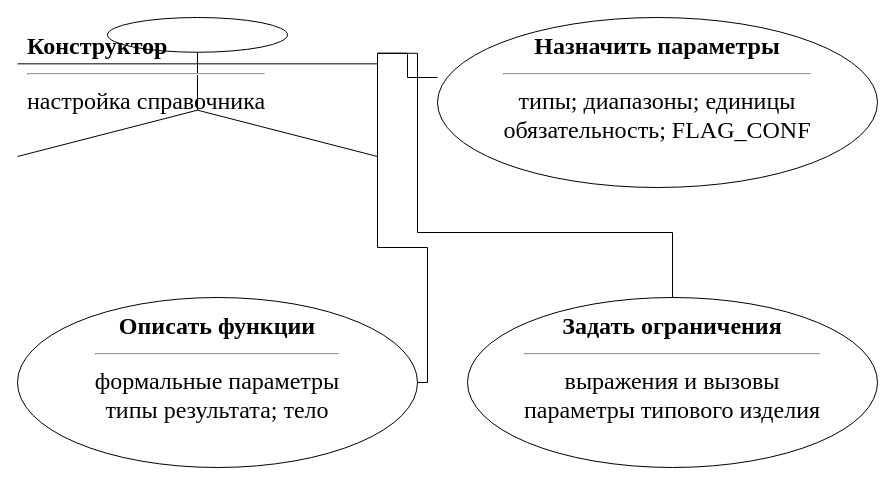
Before: utils/lab7/diagrams/01_usecase_setup.drawio in 10xtheo/mispris-sem7, a draw.io diagram. Source tidied: cells renumbered, new cells numbered last; positions are measured from the earlier drawing's top-left corner, leaving out a move shared by most shapes. Both pictures are drawn from the tidied source at 100%, with x=0, y=0 at pixel (17, 17).
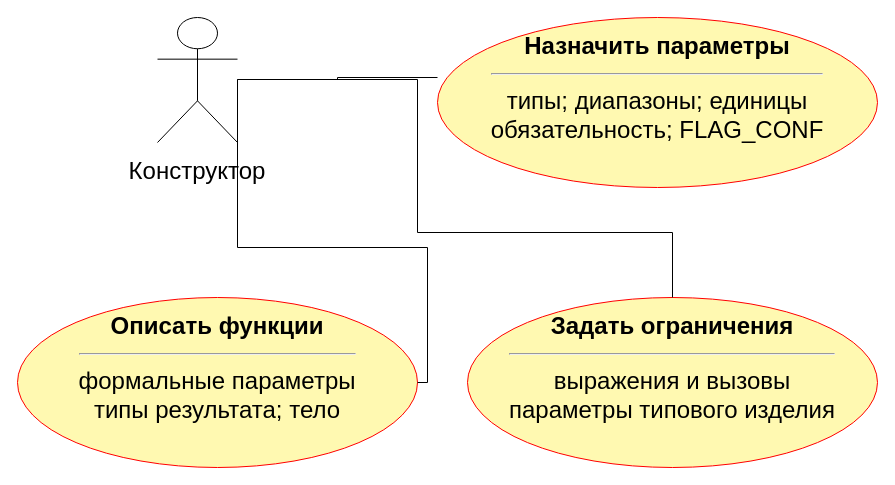
The same page after the edit.

Diff of the diagram source:
```diff
@@
 <mxGraphModel>
   <root>
     <mxCell id="0" />
     <mxCell id="1" parent="0" />
-    <mxCell id="2" value="&lt;b&gt;Конструктор&lt;/b&gt;&lt;hr&gt;настройка справочника" style="rounded=0;whiteSpace=wrap;html=1;align=left;verticalAlign=top;fontFamily=Times New Roman;fontSize=24;spacing=10;fillColor=#ffffff;strokeColor=#000000;shape=umlActor;" parent="1" vertex="1">
-      <mxGeometry width="360" height="139" as="geometry" />
+    <mxCell id="2" value="Конструктор" style="rounded=0;whiteSpace=wrap;html=1;align=center;verticalAlign=top;fontFamily=Arial;fontSize=24;spacing=10;fillColor=#ffffff;strokeColor=#000000;shape=umlActor;verticalLabelPosition=bottom;labelPosition=center;labelWidth=360;" parent="1" vertex="1">
+      <mxGeometry x="140" width="80" height="125" as="geometry" />
     </mxCell>
-    <mxCell id="3" value="&lt;b&gt;Назначить параметры&lt;/b&gt;&lt;hr&gt;типы; диапазоны; единицы&lt;br&gt;обязательность; FLAG_CONF" style="rounded=0;whiteSpace=wrap;html=1;align=left;verticalAlign=top;fontFamily=Times New Roman;fontSize=24;spacing=10;fillColor=#ffffff;strokeColor=#000000;shape=ellipse;align=center;" parent="1" vertex="1">
+    <mxCell id="3" value="&lt;b&gt;Назначить параметры&lt;/b&gt;&lt;hr&gt;типы; диапазоны; единицы&lt;br&gt;обязательность; FLAG_CONF" style="rounded=0;whiteSpace=wrap;html=1;align=center;verticalAlign=top;fontFamily=Arial;fontSize=24;spacing=10;fillColor=#ffffff;strokeColor=#000000;shape=ellipse;align=center;fillColor=#fff9b1;strokeColor=#ff0000;" parent="1" vertex="1">
       <mxGeometry x="420" width="440" height="170" as="geometry" />
     </mxCell>
-    <mxCell id="4" value="&lt;b&gt;Описать функции&lt;/b&gt;&lt;hr&gt;формальные параметры&lt;br&gt;типы результата; тело" style="rounded=0;whiteSpace=wrap;html=1;align=left;verticalAlign=top;fontFamily=Times New Roman;fontSize=24;spacing=10;fillColor=#ffffff;strokeColor=#000000;shape=ellipse;align=center;" parent="1" vertex="1">
+    <mxCell id="4" value="&lt;b&gt;Описать функции&lt;/b&gt;&lt;hr&gt;формальные параметры&lt;br&gt;типы результата; тело" style="rounded=0;whiteSpace=wrap;html=1;align=center;verticalAlign=top;fontFamily=Arial;fontSize=24;spacing=10;fillColor=#ffffff;strokeColor=#000000;shape=ellipse;align=center;fillColor=#fff9b1;strokeColor=#ff0000;" parent="1" vertex="1">
       <mxGeometry y="280" width="400" height="170" as="geometry" />
     </mxCell>
-    <mxCell id="5" value="&lt;b&gt;Задать ограничения&lt;/b&gt;&lt;hr&gt;выражения и вызовы&lt;br&gt;параметры типового изделия" style="rounded=0;whiteSpace=wrap;html=1;align=left;verticalAlign=top;fontFamily=Times New Roman;fontSize=24;spacing=10;fillColor=#ffffff;strokeColor=#000000;shape=ellipse;align=center;" parent="1" vertex="1">
+    <mxCell id="5" value="&lt;b&gt;Задать ограничения&lt;/b&gt;&lt;hr&gt;выражения и вызовы&lt;br&gt;параметры типового изделия" style="rounded=0;whiteSpace=wrap;html=1;align=center;verticalAlign=top;fontFamily=Arial;fontSize=24;spacing=10;fillColor=#ffffff;strokeColor=#000000;shape=ellipse;align=center;fillColor=#fff9b1;strokeColor=#ff0000;" parent="1" vertex="1">
       <mxGeometry x="450" y="280" width="410" height="170" as="geometry" />
     </mxCell>
-    <mxCell id="6" style="edgeStyle=orthogonalEdgeStyle;rounded=0;html=1;endArrow=open;fontFamily=Times New Roman;fontSize=24;labelBackgroundColor=#ffffff;exitX=0.6111111111111112;exitY=0.4460431654676259;entryX=0.020317249214364674;entryY=0.3589168380042249;endArrow=none;" parent="1" edge="1" source="2" target="3">
+    <mxCell id="6" style="edgeStyle=orthogonalEdgeStyle;rounded=0;html=1;endArrow=open;fontFamily=Arial;fontSize=24;labelBackgroundColor=#ffffff;exitX=1.0;exitY=0.496;entryX=0.020317249214364674;entryY=0.3589168380042249;endArrow=none;" parent="1" edge="1" source="2" target="3">
       <mxGeometry relative="1" as="geometry" />
     </mxCell>
-    <mxCell id="7" style="edgeStyle=orthogonalEdgeStyle;rounded=0;html=1;endArrow=open;fontFamily=Times New Roman;fontSize=24;labelBackgroundColor=#ffffff;exitX=0.6111111111111112;exitY=0.4460431654676259;entryX=1.0;entryY=0.5;endArrow=none;" parent="1" edge="1" source="2" target="4">
+    <mxCell id="7" style="edgeStyle=orthogonalEdgeStyle;rounded=0;html=1;endArrow=open;fontFamily=Arial;fontSize=24;labelBackgroundColor=#ffffff;exitX=1.0;exitY=0.496;entryX=1.0;entryY=0.5;endArrow=none;" parent="1" edge="1" source="2" target="4">
       <mxGeometry relative="1" as="geometry">
         <Array as="points">
           <mxPoint x="410" y="230" />
           <mxPoint x="410" y="365" />
         </Array>
       </mxGeometry>
     </mxCell>
-    <mxCell id="8" style="edgeStyle=orthogonalEdgeStyle;rounded=0;html=1;endArrow=open;fontFamily=Times New Roman;fontSize=24;labelBackgroundColor=#ffffff;exitX=0.6111111111111112;exitY=0.4460431654676259;entryX=0.5;entryY=0.0;endArrow=none;" parent="1" edge="1" source="2" target="5">
+    <mxCell id="8" style="edgeStyle=orthogonalEdgeStyle;rounded=0;html=1;endArrow=open;fontFamily=Arial;fontSize=24;labelBackgroundColor=#ffffff;exitX=1.0;exitY=0.496;entryX=0.5;entryY=0.0;endArrow=none;" parent="1" edge="1" source="2" target="5">
       <mxGeometry relative="1" as="geometry">
         <Array as="points">
           <mxPoint x="400" y="215" />
           <mxPoint x="655" y="215" />
         </Array>
       </mxGeometry>
     </mxCell>
   </root>
 </mxGraphModel>
```
